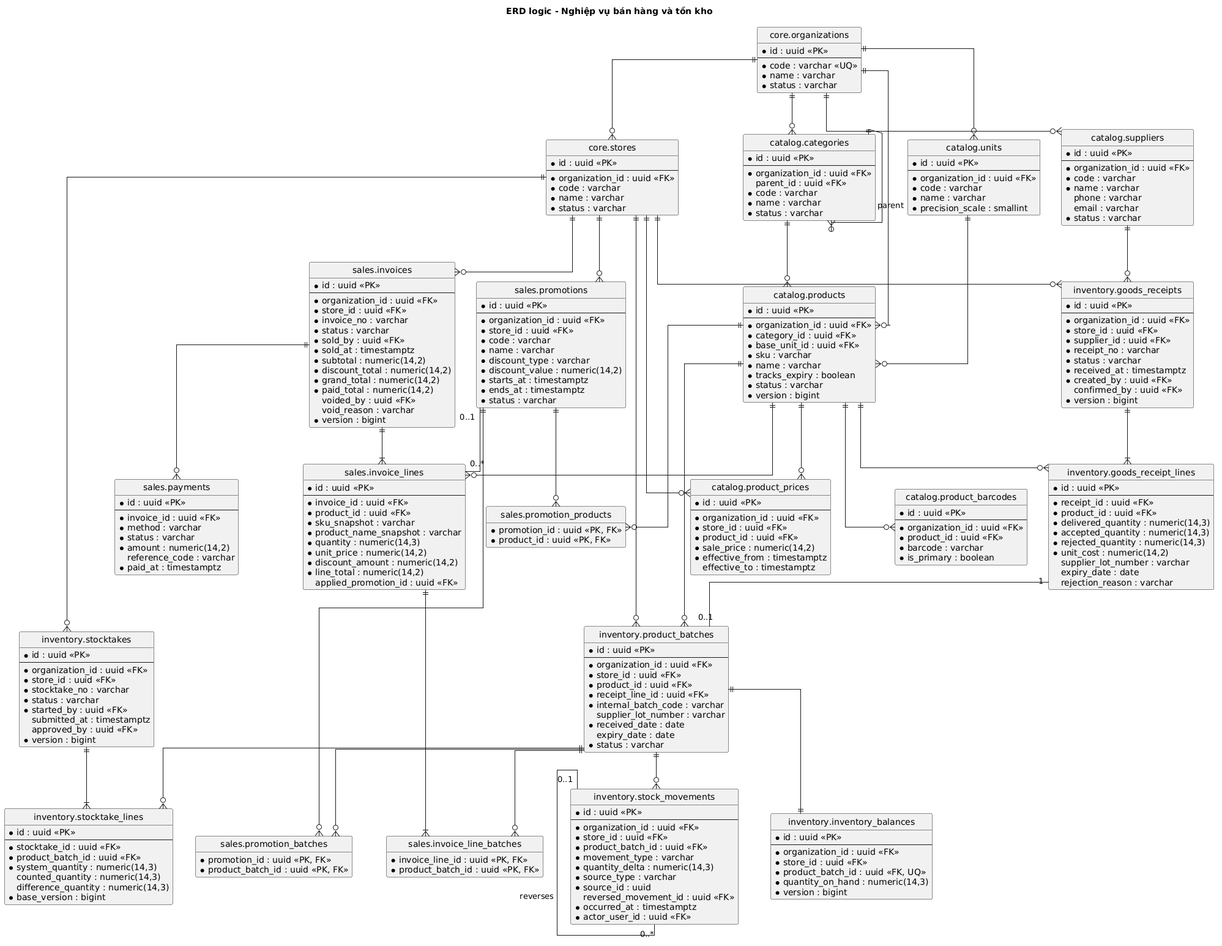
Above: docs/architecture/database/diagrams/erd-core-operations.png in zomboXx/bach-hoa-sim-tim (PlantUML), before the change.
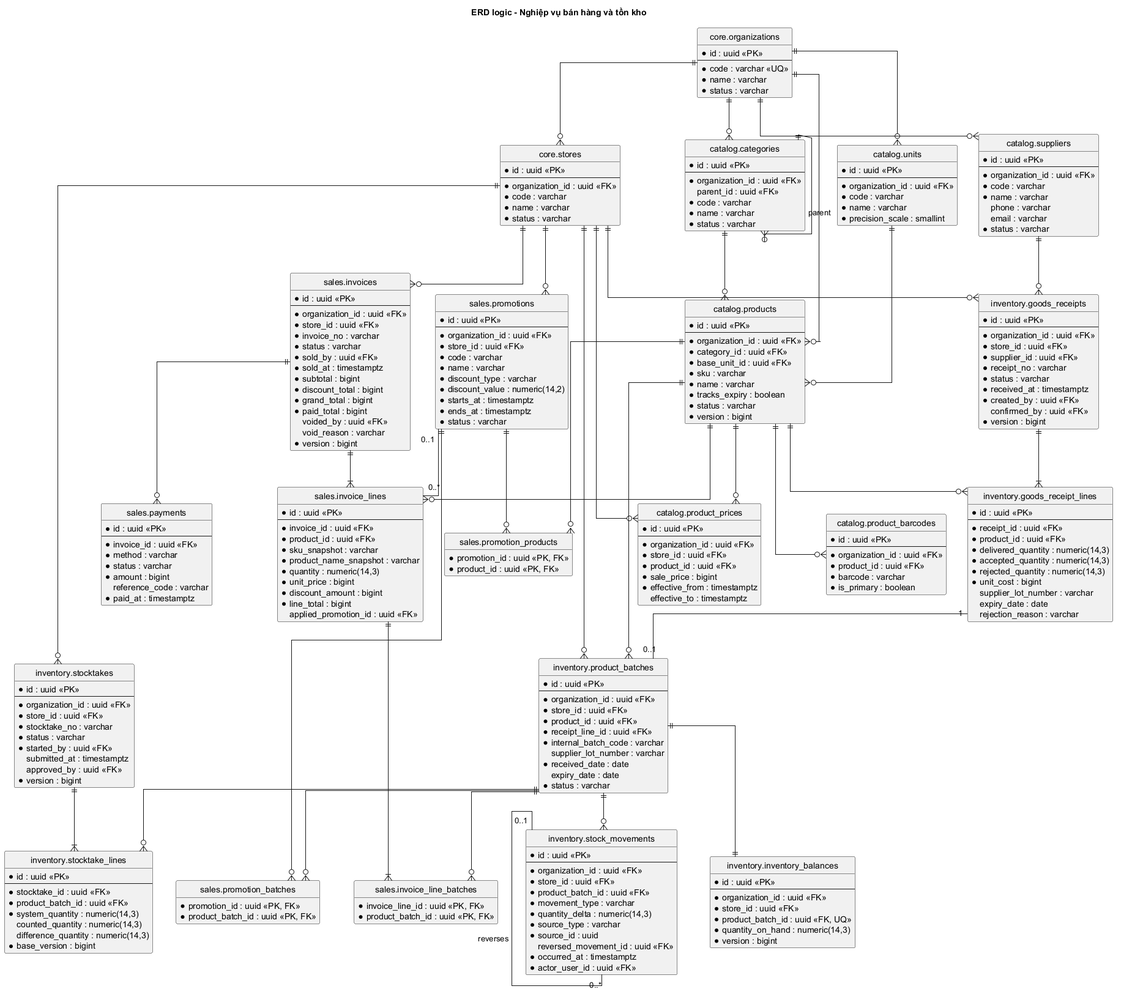
After the commit.

Diff of the diagram source:
```diff
@@ -85,7 +85,7 @@
   * organization_id : uuid <<FK>>
   * store_id : uuid <<FK>>
   * product_id : uuid <<FK>>
-  * sale_price : numeric(14,2)
+  * sale_price : bigint
   * effective_from : timestamptz
   effective_to : timestamptz
 }
@@ -112,7 +112,7 @@
   * delivered_quantity : numeric(14,3)
   * accepted_quantity : numeric(14,3)
   * rejected_quantity : numeric(14,3)
-  * unit_cost : numeric(14,2)
+  * unit_cost : bigint
   supplier_lot_number : varchar
   expiry_date : date
   rejection_reason : varchar
@@ -214,10 +214,10 @@
   * status : varchar
   * sold_by : uuid <<FK>>
   * sold_at : timestamptz
-  * subtotal : numeric(14,2)
-  * discount_total : numeric(14,2)
-  * grand_total : numeric(14,2)
-  * paid_total : numeric(14,2)
+  * subtotal : bigint
+  * discount_total : bigint
+  * grand_total : bigint
+  * paid_total : bigint
   voided_by : uuid <<FK>>
   void_reason : varchar
   * version : bigint
@@ -231,9 +231,9 @@
   * sku_snapshot : varchar
   * product_name_snapshot : varchar
   * quantity : numeric(14,3)
-  * unit_price : numeric(14,2)
-  * discount_amount : numeric(14,2)
-  * line_total : numeric(14,2)
+  * unit_price : bigint
+  * discount_amount : bigint
+  * line_total : bigint
   applied_promotion_id : uuid <<FK>>
 }
 
@@ -249,7 +249,7 @@
   * invoice_id : uuid <<FK>>
   * method : varchar
   * status : varchar
-  * amount : numeric(14,2)
+  * amount : bigint
   reference_code : varchar
   * paid_at : timestamptz
 }
```
